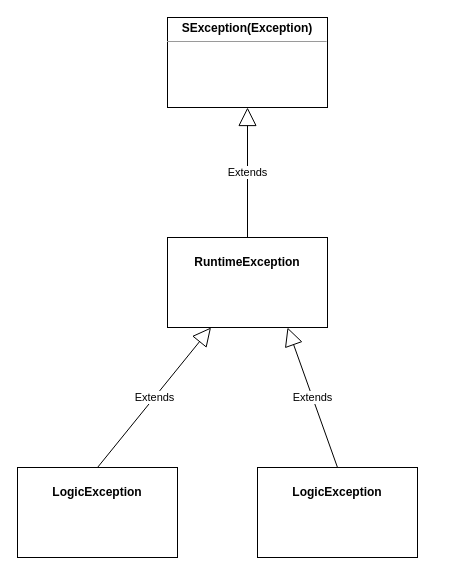
This is UFramework/断言异常系统.drawio from AnYueBoy/UFramework, a draw.io file, before an edit. Source tidied: cells renumbered, new cells numbered last; positions are measured from the earlier drawing's top-left corner, leaving out a move shared by most shapes. Both pictures are drawn from the tidied source at 100%, with x=0, y=0 at pixel (17, 17).
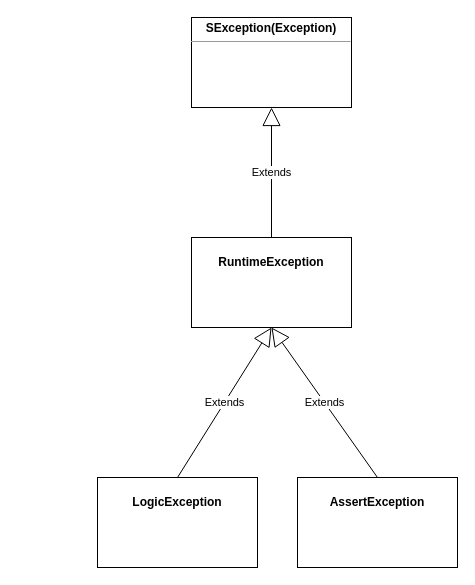
The same page after the edit.

Commit message:
修改断言架构图

Diff of the diagram source:
```diff
@@
 <mxGraphModel>
   <root>
     <mxCell id="0" />
     <mxCell id="1" parent="0" />
     <mxCell id="2" value="&lt;p style=&quot;margin: 0px ; margin-top: 4px ; text-align: center&quot;&gt;&lt;b&gt;SException(Exception)&lt;/b&gt;&lt;br&gt;&lt;/p&gt;&lt;hr size=&quot;1&quot;&gt;&lt;p style=&quot;margin: 0px ; margin-left: 4px&quot;&gt;&lt;/p&gt;&lt;p style=&quot;margin: 0px ; margin-left: 4px&quot;&gt;&lt;br&gt;&lt;/p&gt;" style="verticalAlign=top;align=left;overflow=fill;fontSize=12;fontFamily=Helvetica;html=1;" parent="1" vertex="1">
-      <mxGeometry x="150" width="160" height="90" as="geometry" />
+      <mxGeometry x="174" width="160" height="90" as="geometry" />
     </mxCell>
     <mxCell id="3" value="&lt;p style=&quot;margin: 0px ; margin-top: 4px ; text-align: center&quot;&gt;&lt;br&gt;&lt;/p&gt;&lt;div style=&quot;text-align: center&quot;&gt;&lt;span&gt;&lt;b&gt;RuntimeException&lt;/b&gt;&lt;/span&gt;&lt;/div&gt;&lt;p style=&quot;margin: 0px ; margin-left: 4px&quot;&gt;&lt;/p&gt;&lt;p style=&quot;margin: 0px ; margin-left: 4px&quot;&gt;&lt;br&gt;&lt;/p&gt;" style="verticalAlign=top;align=left;overflow=fill;fontSize=12;fontFamily=Helvetica;html=1;" parent="1" vertex="1">
-      <mxGeometry x="150" y="220" width="160" height="90" as="geometry" />
+      <mxGeometry x="174" y="220" width="160" height="90" as="geometry" />
     </mxCell>
     <mxCell id="4" value="Extends" style="endArrow=block;endSize=16;endFill=0;html=1;rounded=0;entryX=0.5;entryY=1;entryDx=0;entryDy=0;exitX=0.5;exitY=0;exitDx=0;exitDy=0;" parent="1" edge="1" source="3" target="2">
       <mxGeometry relative="1" as="geometry" />
     </mxCell>
     <mxCell id="5" value="&lt;p style=&quot;margin: 0px ; margin-top: 4px ; text-align: center&quot;&gt;&lt;br&gt;&lt;/p&gt;&lt;div style=&quot;text-align: center&quot;&gt;&lt;b&gt;LogicException&lt;/b&gt;&lt;br&gt;&lt;/div&gt;&lt;p style=&quot;margin: 0px ; margin-left: 4px&quot;&gt;&lt;/p&gt;&lt;p style=&quot;margin: 0px ; margin-left: 4px&quot;&gt;&lt;br&gt;&lt;/p&gt;" style="verticalAlign=top;align=left;overflow=fill;fontSize=12;fontFamily=Helvetica;html=1;" parent="1" vertex="1">
-      <mxGeometry y="450" width="160" height="90" as="geometry" />
+      <mxGeometry x="80" y="460" width="160" height="90" as="geometry" />
     </mxCell>
-    <mxCell id="6" value="Extends" style="endArrow=block;endSize=16;endFill=0;html=1;rounded=0;exitX=0.5;exitY=0;exitDx=0;exitDy=0;" parent="1" edge="1" source="5" target="3">
+    <mxCell id="6" value="Extends" style="endArrow=block;endSize=16;endFill=0;html=1;rounded=0;exitX=0.5;exitY=0;exitDx=0;exitDy=0;entryX=0.5;entryY=1;entryDx=0;entryDy=0;" parent="1" edge="1" source="5" target="3">
       <mxGeometry relative="1" as="geometry" />
     </mxCell>
-    <mxCell id="7" value="&lt;p style=&quot;margin: 0px ; margin-top: 4px ; text-align: center&quot;&gt;&lt;br&gt;&lt;/p&gt;&lt;div style=&quot;text-align: center&quot;&gt;&lt;b&gt;LogicException&lt;/b&gt;&lt;br&gt;&lt;/div&gt;&lt;p style=&quot;margin: 0px ; margin-left: 4px&quot;&gt;&lt;/p&gt;&lt;p style=&quot;margin: 0px ; margin-left: 4px&quot;&gt;&lt;br&gt;&lt;/p&gt;" style="verticalAlign=top;align=left;overflow=fill;fontSize=12;fontFamily=Helvetica;html=1;" parent="1" vertex="1">
-      <mxGeometry x="240" y="450" width="160" height="90" as="geometry" />
+    <mxCell id="7" value="&lt;p style=&quot;margin: 0px ; margin-top: 4px ; text-align: center&quot;&gt;&lt;br&gt;&lt;/p&gt;&lt;div style=&quot;text-align: center&quot;&gt;&lt;b&gt;AssertException&lt;/b&gt;&lt;br&gt;&lt;/div&gt;&lt;p style=&quot;margin: 0px ; margin-left: 4px&quot;&gt;&lt;/p&gt;&lt;p style=&quot;margin: 0px ; margin-left: 4px&quot;&gt;&lt;br&gt;&lt;/p&gt;" style="verticalAlign=top;align=left;overflow=fill;fontSize=12;fontFamily=Helvetica;html=1;" parent="1" vertex="1">
+      <mxGeometry x="280" y="460" width="160" height="90" as="geometry" />
     </mxCell>
-    <mxCell id="8" value="Extends" style="endArrow=block;endSize=16;endFill=0;html=1;rounded=0;exitX=0.5;exitY=0;exitDx=0;exitDy=0;entryX=0.75;entryY=1;entryDx=0;entryDy=0;" parent="1" edge="1" source="7" target="3">
+    <mxCell id="8" value="Extends" style="endArrow=block;endSize=16;endFill=0;html=1;rounded=0;exitX=0.5;exitY=0;exitDx=0;exitDy=0;entryX=0.5;entryY=1;entryDx=0;entryDy=0;" parent="1" edge="1" source="7" target="3">
       <mxGeometry relative="1" as="geometry" />
     </mxCell>
   </root>
 </mxGraphModel>
```
